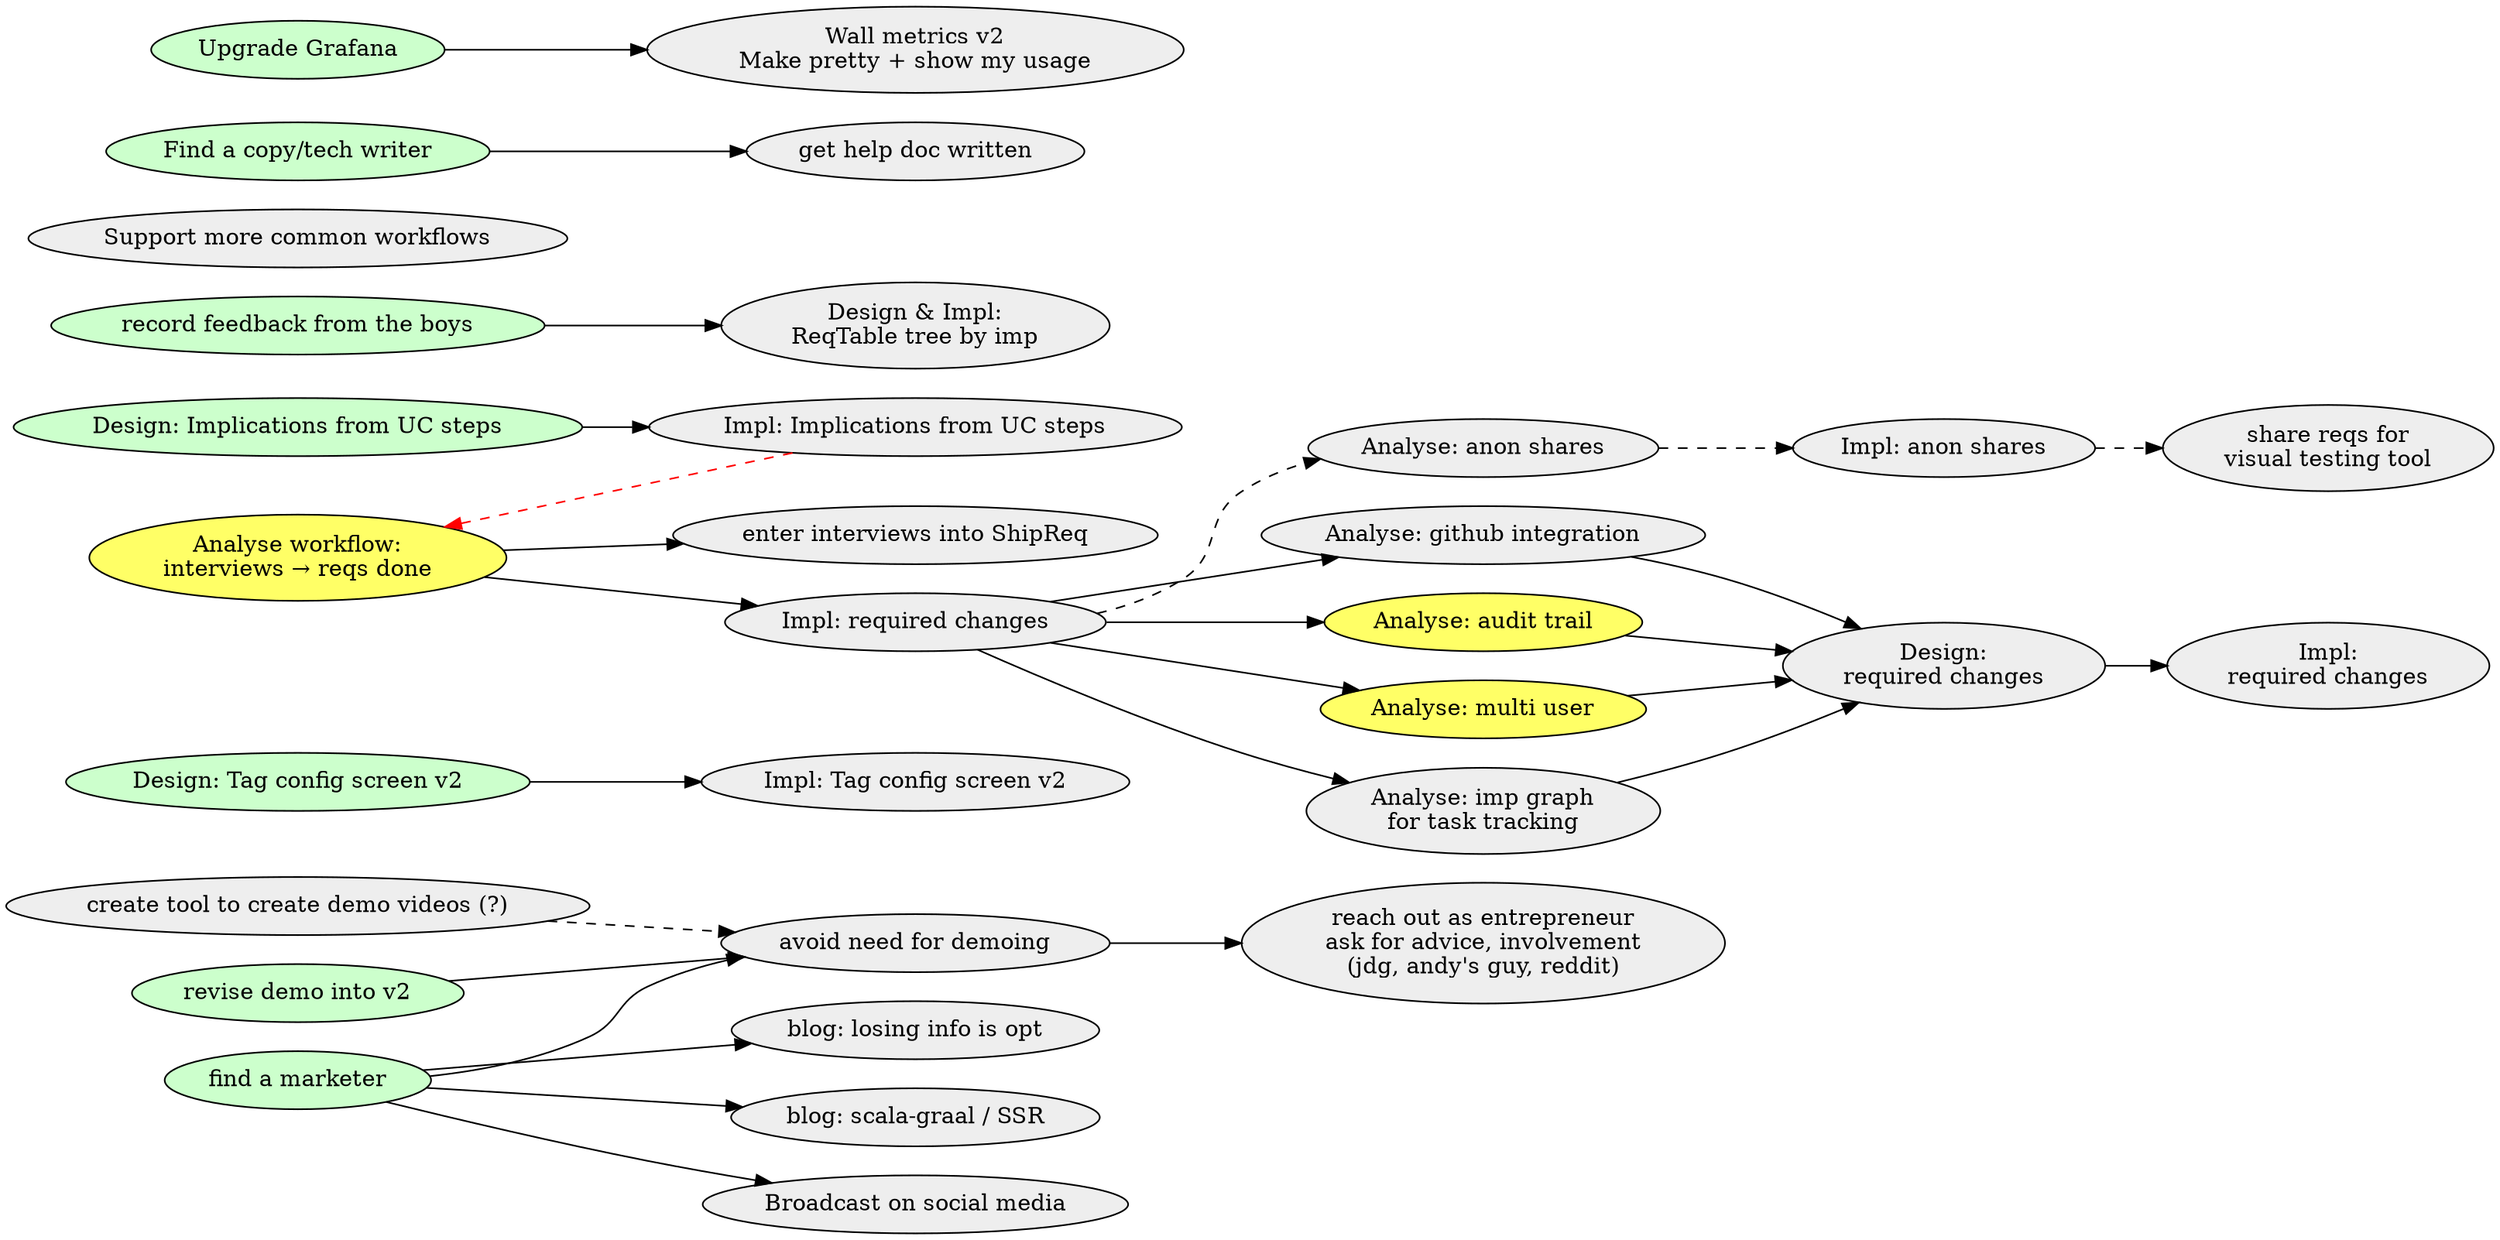
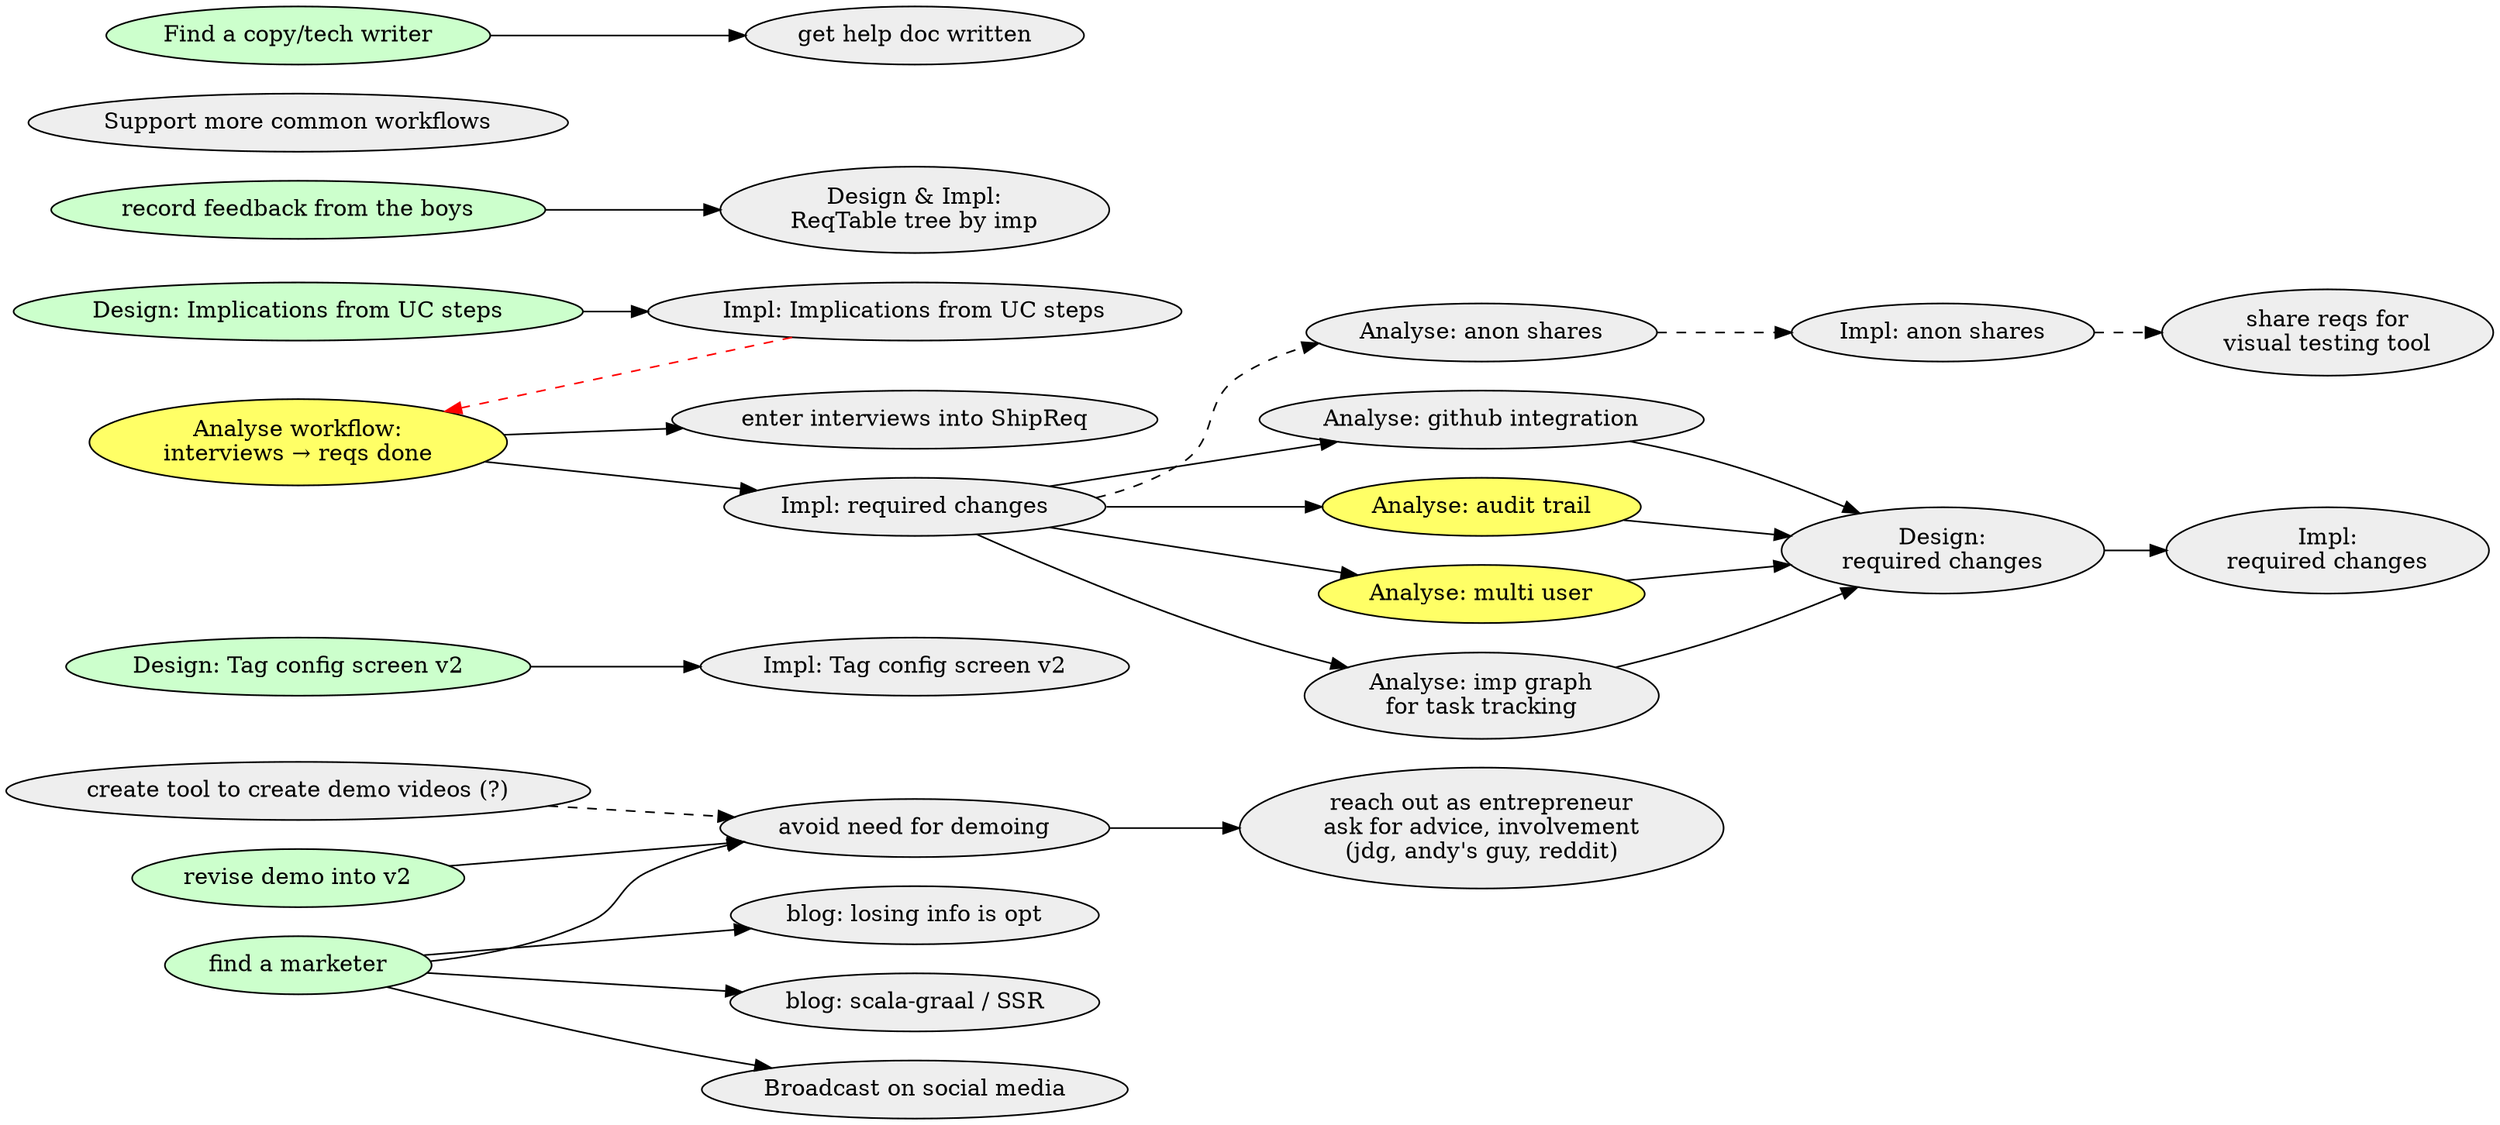
digraph G {
  rankdir=LR

  node [style=filled]

  {rank=same

  autovidtool        [fillcolor="#eeeeee" label="create tool to create demo videos (?)"]
  demo2              [fillcolor="#ccffcc" label="revise demo into v2"]
  design_tagcfg      [fillcolor="#ccffcc" label="Design: Tag config screen v2"]
  design_ucsimp      [fillcolor="#ccffcc" label="Design: Implications from UC steps"]
  feedback           [fillcolor="#ccffcc" label="record feedback from the boys"]
  marketer           [fillcolor="#ccffcc" label="find a marketer"]
  moreworkflows      [fillcolor="#eeeeee" label="Support more common workflows"]
  workflow_ba        [fillcolor="#ffff66" label="Analyse workflow:\ninterviews → reqs done"]
  writer             [fillcolor="#ccffcc" label="Find a copy/tech writer"]
-   grafana            [fillcolor="#ccffcc" label="Upgrade Grafana"]
  }

  analyse_anonshares [fillcolor="#eeeeee" label="Analyse: anon shares"]
  analyse_github     [fillcolor="#eeeeee" label="Analyse: github integration"]
  analyse_history    [fillcolor="#ffff66" label="Analyse: audit trail"]
  analyse_multiuser  [fillcolor="#ffff66" label="Analyse: multi user"]
  analyse_tasktrack  [fillcolor="#eeeeee" label="Analyse: imp graph\nfor task tracking"]
  avoiddemo          [fillcolor="#eeeeee" label="avoid need for demoing"]
  bizcontacts        [fillcolor="#eeeeee" label="reach out as entrepreneur\nask for advice, involvement\n(jdg, andy's guy, reddit)"]
  blog_infoopt       [fillcolor="#eeeeee" label="blog: losing info is opt"]
  blog_ssr           [fillcolor="#eeeeee" label="blog: scala-graal / SSR"]
  design             [fillcolor="#eeeeee" label="Design:\nrequired changes"]
  dev                [fillcolor="#eeeeee" label="Impl:\nrequired changes"]
  enterinterviews    [fillcolor="#eeeeee" label="enter interviews into ShipReq"]
  help               [fillcolor="#eeeeee" label="get help doc written"]
  impl_anonshares    [fillcolor="#eeeeee" label="Impl: anon shares"]
  impl_imptree       [fillcolor="#eeeeee" label="Design & Impl:\nReqTable tree by imp"]
  impl_tagcfg        [fillcolor="#eeeeee" label="Impl: Tag config screen v2"]
  impl_ucsimp        [fillcolor="#eeeeee" label="Impl: Implications from UC steps"]
  sharevistoolreqs   [fillcolor="#eeeeee" label="share reqs for\nvisual testing tool"]
  socialmedia        [fillcolor="#eeeeee" label="Broadcast on social media"]
  workflow_ba_dev    [fillcolor="#eeeeee" label="Impl: required changes"]
-   wallmetrics2       [fillcolor="#eeeeee" label="Wall metrics v2\nMake pretty + show my usage"]

  // ===================================================================================================================================

  analyse_tasktrack, analyse_github, analyse_history, analyse_multiuser -> design -> dev
  avoiddemo                                                             -> bizcontacts
  demo2, marketer                                                       -> avoiddemo
  design_tagcfg                                                         -> impl_tagcfg
  design_ucsimp                                                         -> impl_ucsimp
  feedback                                                              -> impl_imptree
  marketer                                                              -> blog_infoopt, blog_ssr, socialmedia
  workflow_ba                                                           -> workflow_ba_dev, enterinterviews
  workflow_ba_dev                                                       -> analyse_tasktrack, analyse_github, analyse_history, analyse_multiuser
  writer                                                                -> help
-   grafana                                                               -> wallmetrics2

  autovidtool                                                           -> avoiddemo [style=dashed]
  impl_ucsimp                                                           -> workflow_ba [constraint=false color=red style=dashed]
  workflow_ba_dev                                                       -> analyse_anonshares -> impl_anonshares -> sharevistoolreqs [style=dashed]
}